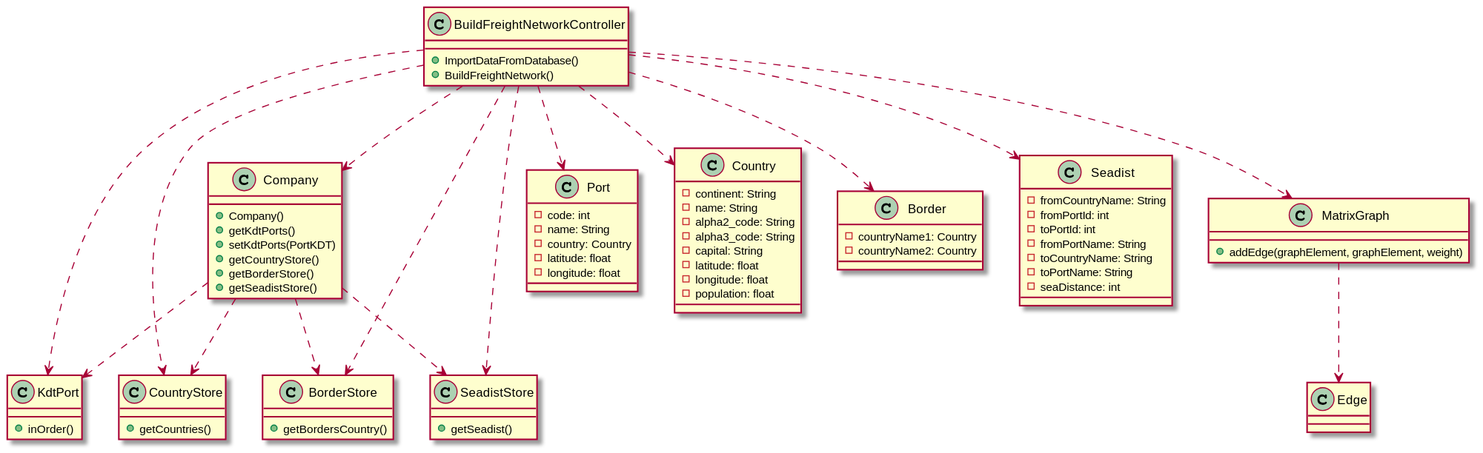
This is Documentation/Sprint3/Requirements_Engineering/US301/US301_CD.svg from Pedromaia26/LAPR3-ISEP, a PlantUML export, as it was before one commit.
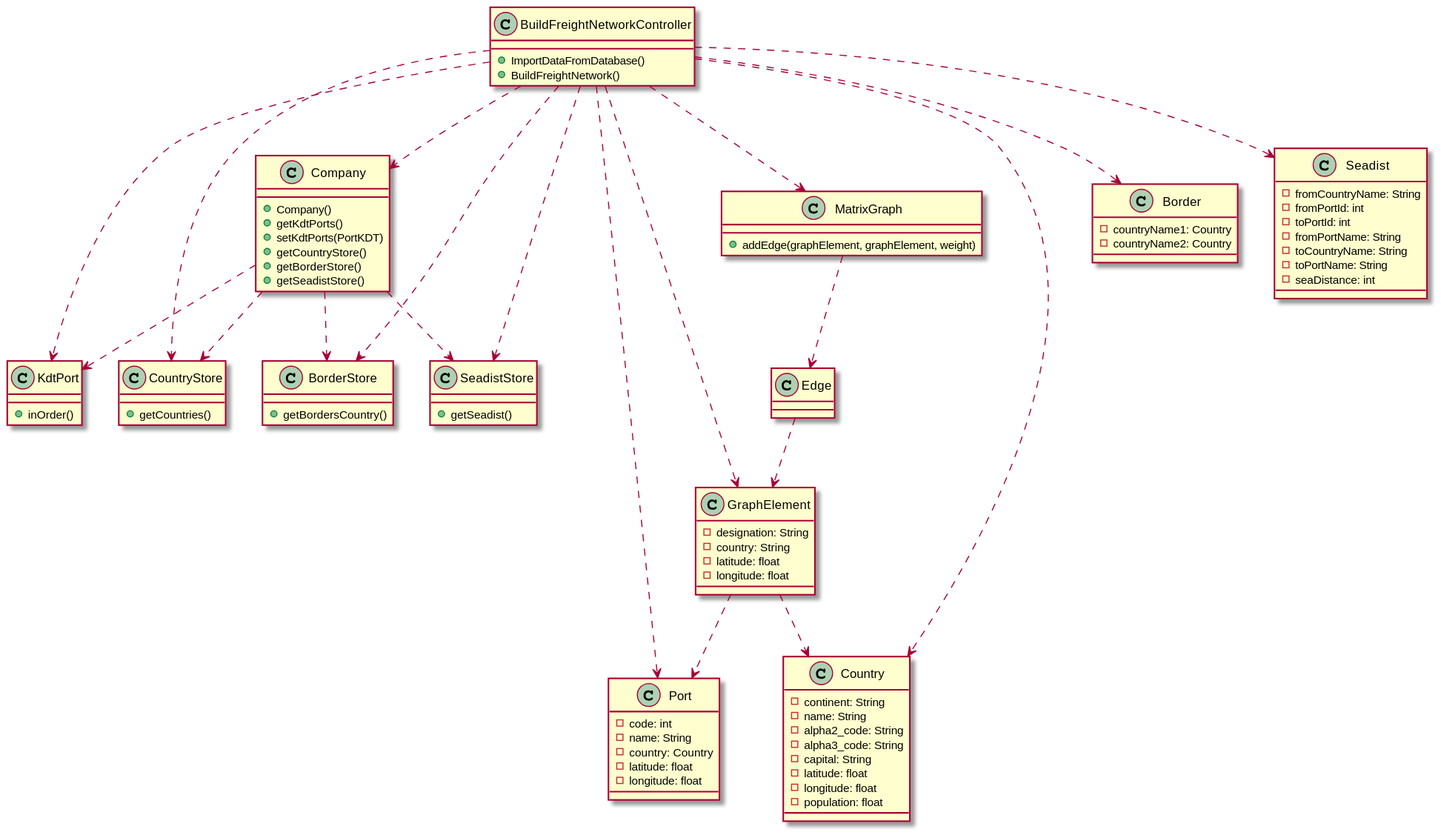
Later version of the same file.

Commit message:
G41-99 #time 10min #comment Updating CD files

Diff of the diagram source:
```diff
@@ -10,6 +10,10 @@
 BuildFreightNetworkController ..>Seadist
 BuildFreightNetworkController ..>MatrixGraph
 MatrixGraph ..>Edge
+BuildFreightNetworkController ..>GraphElement
+GraphElement ..>Country
+GraphElement ..>Port
+Edge ..>GraphElement
 
 
 BuildFreightNetworkController : +ImportDataFromDatabase()
@@ -61,4 +65,9 @@
 Seadist : -toCountryName: String
 Seadist : -toPortName: String
 Seadist : -seaDistance: int
+
+GraphElement : -designation: String
+GraphElement : -country: String
+GraphElement : -latitude: float
+GraphElement : -longitude: float
 @enduml
```
